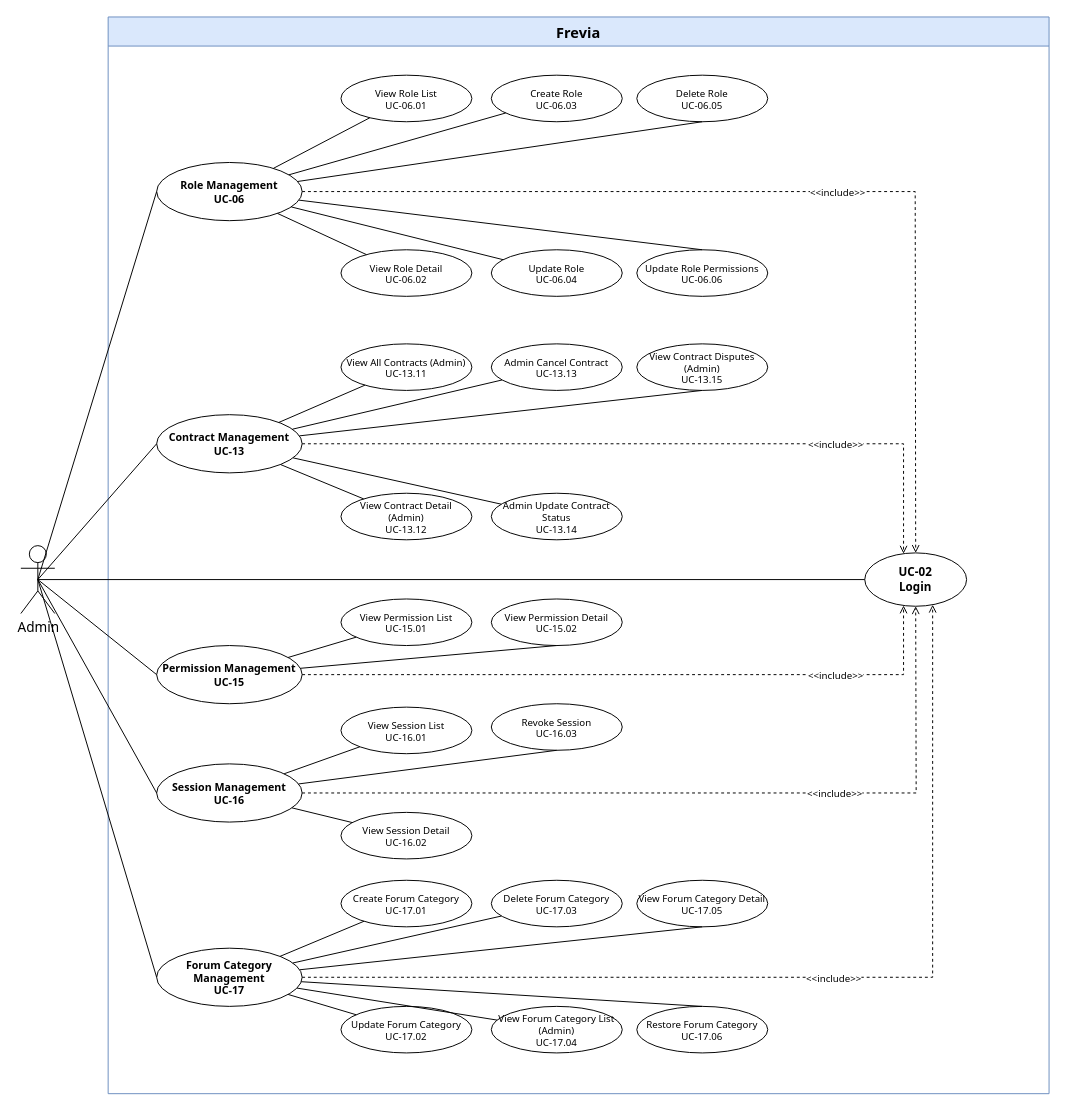
Above: page "Admin 2/4" (2 of 4) of uc-diagrams/Admin.drawio in Thunggg/Frevia (draw.io), before the change. Source tidied: cells renumbered, new cells numbered last; positions are measured from the earlier drawing's top-left corner, leaving out a move shared by most shapes. Both pictures are drawn from the tidied source at 97%, with x=0, y=0 at pixel (20, 16).
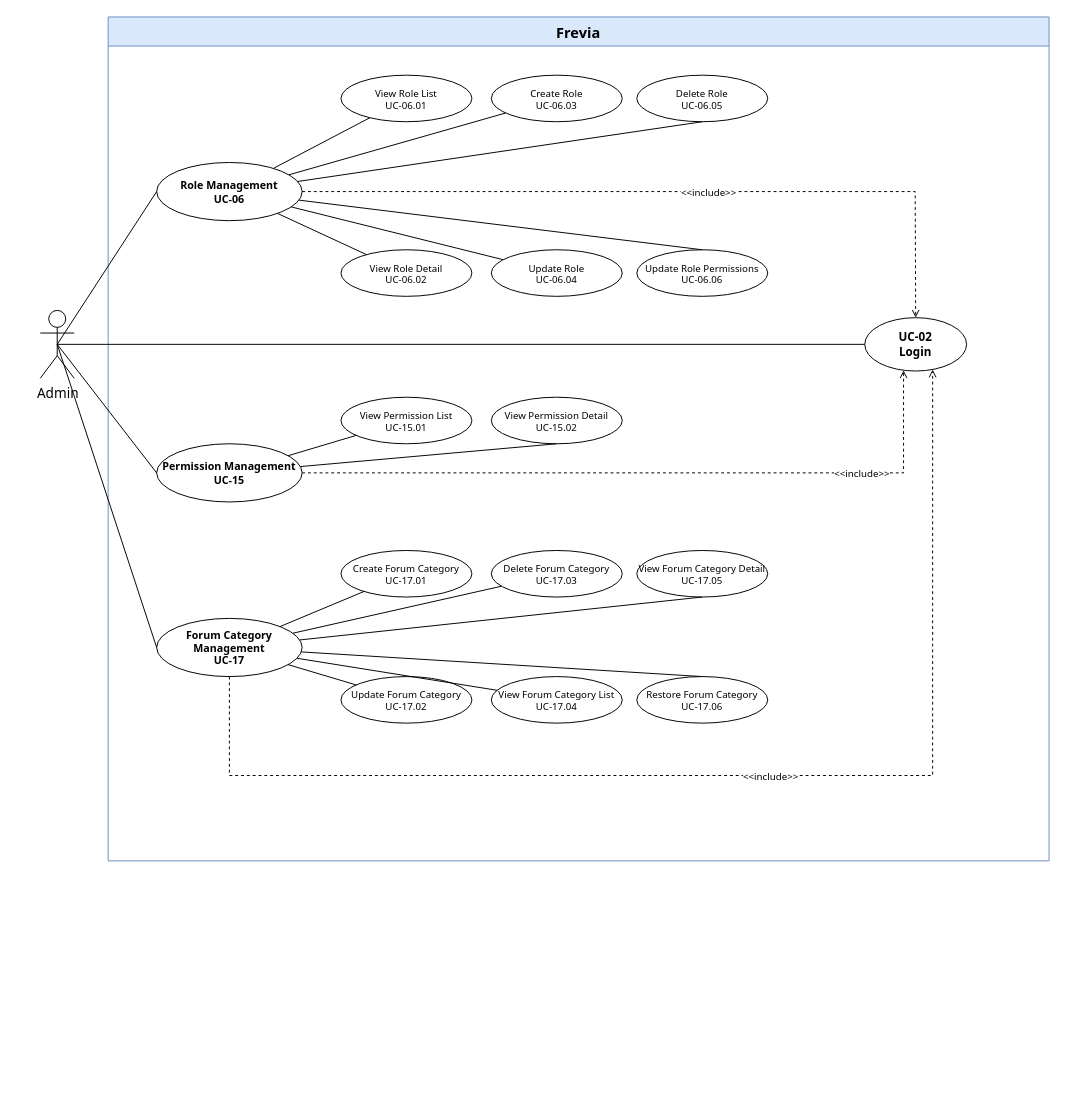
The same diagram, later.

Diff of the diagram source:
```diff
@@
     <mxCell id="2" value="Frevia" style="swimlane;whiteSpace=wrap;html=1;startSize=30;fontSize=15;fontFamily=Tahoma;fontStyle=1;fillColor=#dae8fc;strokeColor=#6c8ebf;" parent="1" vertex="1">
-      <mxGeometry x="90" width="970" height="1110" as="geometry" />
+      <mxGeometry x="90" width="970" height="870" as="geometry" />
     </mxCell>
     <mxCell id="3" value="UC-02&#10;Login" style="ellipse;whiteSpace=wrap;html=1;fontSize=12;fontFamily=Tahoma;fontStyle=1;fillColor=#ffffff;strokeColor=#000000;" parent="2" vertex="1">
-      <mxGeometry x="780" y="552.5" width="105" height="55" as="geometry" />
+      <mxGeometry x="780" y="310" width="105" height="55" as="geometry" />
     </mxCell>
@@
-    <mxCell id="11" value="Contract Management&#10;UC-13" style="ellipse;whiteSpace=wrap;html=1;fontSize=11;fontFamily=Tahoma;fontStyle=1;fillColor=#ffffff;strokeColor=#000000;" parent="2" vertex="1">
-      <mxGeometry x="50" y="410" width="150" height="60" as="geometry" />
-    </mxCell>
-    <mxCell id="12" value="View All Contracts (Admin)&#10;UC-13.11" style="ellipse;whiteSpace=wrap;html=1;fontSize=10;fontFamily=Tahoma;fillColor=#ffffff;strokeColor=#000000;" parent="2" vertex="1">
-      <mxGeometry x="240" y="337" width="135" height="48" as="geometry" />
-    </mxCell>
-    <mxCell id="13" value="View Contract Detail (Admin)&#10;UC-13.12" style="ellipse;whiteSpace=wrap;html=1;fontSize=10;fontFamily=Tahoma;fillColor=#ffffff;strokeColor=#000000;" parent="2" vertex="1">
-      <mxGeometry x="240" y="491" width="135" height="48" as="geometry" />
-    </mxCell>
-    <mxCell id="14" value="Admin Cancel Contract&#10;UC-13.13" style="ellipse;whiteSpace=wrap;html=1;fontSize=10;fontFamily=Tahoma;fillColor=#ffffff;strokeColor=#000000;" parent="2" vertex="1">
-      <mxGeometry x="395" y="337" width="135" height="48" as="geometry" />
-    </mxCell>
-    <mxCell id="15" value="Admin Update Contract Status&#10;UC-13.14" style="ellipse;whiteSpace=wrap;html=1;fontSize=10;fontFamily=Tahoma;fillColor=#ffffff;strokeColor=#000000;" parent="2" vertex="1">
-      <mxGeometry x="395" y="491" width="135" height="48" as="geometry" />
-    </mxCell>
-    <mxCell id="16" value="View Contract Disputes (Admin)&#10;UC-13.15" style="ellipse;whiteSpace=wrap;html=1;fontSize=10;fontFamily=Tahoma;fillColor=#ffffff;strokeColor=#000000;" parent="2" vertex="1">
-      <mxGeometry x="545" y="337" width="135" height="48" as="geometry" />
-    </mxCell>
     <mxCell id="17" value="Permission Management&#10;UC-15" style="ellipse;whiteSpace=wrap;html=1;fontSize=11;fontFamily=Tahoma;fontStyle=1;fillColor=#ffffff;strokeColor=#000000;" parent="2" vertex="1">
-      <mxGeometry x="50" y="648" width="150" height="60" as="geometry" />
+      <mxGeometry x="50" y="440" width="150" height="60" as="geometry" />
     </mxCell>
     <mxCell id="18" value="View Permission List&#10;UC-15.01" style="ellipse;whiteSpace=wrap;html=1;fontSize=10;fontFamily=Tahoma;fillColor=#ffffff;strokeColor=#000000;" parent="2" vertex="1">
-      <mxGeometry x="240" y="600" width="135" height="48" as="geometry" />
+      <mxGeometry x="240" y="392" width="135" height="48" as="geometry" />
     </mxCell>
     <mxCell id="19" value="View Permission Detail&#10;UC-15.02" style="ellipse;whiteSpace=wrap;html=1;fontSize=10;fontFamily=Tahoma;fillColor=#ffffff;strokeColor=#000000;" parent="2" vertex="1">
-      <mxGeometry x="395" y="600" width="135" height="48" as="geometry" />
+      <mxGeometry x="395" y="392" width="135" height="48" as="geometry" />
     </mxCell>
-    <mxCell id="20" value="Session Management&#10;UC-16" style="ellipse;whiteSpace=wrap;html=1;fontSize=11;fontFamily=Tahoma;fontStyle=1;fillColor=#ffffff;strokeColor=#000000;" parent="2" vertex="1">
-      <mxGeometry x="50" y="770" width="150" height="60" as="geometry" />
-    </mxCell>
-    <mxCell id="21" value="View Session List&#10;UC-16.01" style="ellipse;whiteSpace=wrap;html=1;fontSize=10;fontFamily=Tahoma;fillColor=#ffffff;strokeColor=#000000;" parent="2" vertex="1">
-      <mxGeometry x="240" y="711.5" width="135" height="48" as="geometry" />
-    </mxCell>
-    <mxCell id="22" value="View Session Detail&#10;UC-16.02" style="ellipse;whiteSpace=wrap;html=1;fontSize=10;fontFamily=Tahoma;fillColor=#ffffff;strokeColor=#000000;" parent="2" vertex="1">
-      <mxGeometry x="240" y="820" width="135" height="48" as="geometry" />
-    </mxCell>
-    <mxCell id="23" value="Revoke Session&#10;UC-16.03" style="ellipse;whiteSpace=wrap;html=1;fontSize=10;fontFamily=Tahoma;fillColor=#ffffff;strokeColor=#000000;" parent="2" vertex="1">
-      <mxGeometry x="395" y="708" width="135" height="48" as="geometry" />
-    </mxCell>
     <mxCell id="24" value="Forum Category Management&#10;UC-17" style="ellipse;whiteSpace=wrap;html=1;fontSize=11;fontFamily=Tahoma;fontStyle=1;fillColor=#ffffff;strokeColor=#000000;" parent="2" vertex="1">
-      <mxGeometry x="50" y="960" width="150" height="60" as="geometry" />
+      <mxGeometry x="50" y="620" width="150" height="60" as="geometry" />
     </mxCell>
     <mxCell id="25" value="Create Forum Category&#10;UC-17.01" style="ellipse;whiteSpace=wrap;html=1;fontSize=10;fontFamily=Tahoma;fillColor=#ffffff;strokeColor=#000000;" parent="2" vertex="1">
-      <mxGeometry x="240" y="890" width="135" height="48" as="geometry" />
+      <mxGeometry x="240" y="550" width="135" height="48" as="geometry" />
     </mxCell>
     <mxCell id="26" value="Delete Forum Category&#10;UC-17.03" style="ellipse;whiteSpace=wrap;html=1;fontSize=10;fontFamily=Tahoma;fillColor=#ffffff;strokeColor=#000000;" parent="2" vertex="1">
-      <mxGeometry x="395" y="890" width="135" height="48" as="geometry" />
+      <mxGeometry x="395" y="550" width="135" height="48" as="geometry" />
     </mxCell>
     <mxCell id="27" value="View Forum Category Detail&lt;br&gt;UC-17.05" style="ellipse;whiteSpace=wrap;html=1;fontSize=10;fontFamily=Tahoma;fillColor=#ffffff;strokeColor=#000000;" parent="2" vertex="1">
-      <mxGeometry x="545" y="890" width="135" height="48" as="geometry" />
+      <mxGeometry x="545" y="550" width="135" height="48" as="geometry" />
     </mxCell>
     <mxCell id="28" value="&amp;lt;&amp;lt;include&amp;gt;&amp;gt;" style="edgeStyle=orthogonalEdgeStyle;rounded=0;endArrow=open;dashed=1;html=1;strokeColor=#000000;fontSize=10;fontFamily=Tahoma;labelBackgroundColor=#ffffff;align=center;verticalAlign=middle;" parent="2" edge="1" source="17" target="3">
       <mxGeometry x="0.59" relative="1" as="geometry">
         <Array as="points">
-          <mxPoint x="820" y="678" />
+          <mxPoint x="820" y="470" />
         </Array>
       </mxGeometry>
     </mxCell>
@@
-    <mxCell id="31" style="endArrow=none;html=1;rounded=0;fontFamily=Tahoma;fontSize=13;" parent="2" edge="1" source="20" target="21">
-      <mxGeometry relative="1" as="geometry" />
-    </mxCell>
-    <mxCell id="32" style="endArrow=none;html=1;rounded=0;fontFamily=Tahoma;fontSize=13;" parent="2" edge="1" source="20" target="22">
-      <mxGeometry relative="1" as="geometry" />
-    </mxCell>
-    <mxCell id="33" style="endArrow=none;html=1;rounded=0;fontFamily=Tahoma;fontSize=13;entryX=0.5;entryY=1;entryDx=0;entryDy=0;" parent="2" edge="1" source="20" target="23">
-      <mxGeometry relative="1" as="geometry" />
-    </mxCell>
@@
-    <mxCell id="37" style="endArrow=none;html=1;rounded=0;fontFamily=Tahoma;fontSize=13;entryX=0.5;entryY=1;entryDx=0;entryDy=0;" parent="2" edge="1" source="11" target="16">
-      <mxGeometry relative="1" as="geometry" />
-    </mxCell>
+    <mxCell id="59" value="Update Forum Category&#10;UC-17.02" style="ellipse;whiteSpace=wrap;html=1;fontSize=10;fontFamily=Tahoma;fillColor=#ffffff;strokeColor=#000000;" parent="2" vertex="1">
+      <mxGeometry x="240" y="680" width="135" height="48" as="geometry" />
+    </mxCell>
+    <mxCell id="60" value="View Forum Category List&#10;UC-17.04" style="ellipse;whiteSpace=wrap;html=1;fontSize=10;fontFamily=Tahoma;fillColor=#ffffff;strokeColor=#000000;" parent="2" vertex="1">
+      <mxGeometry x="395" y="680" width="135" height="48" as="geometry" />
+    </mxCell>
+    <mxCell id="61" value="Restore Forum Category&#10;UC-17.06" style="ellipse;whiteSpace=wrap;html=1;fontSize=10;fontFamily=Tahoma;fillColor=#ffffff;strokeColor=#000000;" parent="2" vertex="1">
+      <mxGeometry x="545" y="680" width="135" height="48" as="geometry" />
+    </mxCell>
+    <mxCell id="62" style="endArrow=none;html=1;rounded=0;fontFamily=Tahoma;fontSize=13;" parent="2" edge="1" source="24" target="59">
+      <mxGeometry relative="1" as="geometry" />
+    </mxCell>
+    <mxCell id="63" style="endArrow=none;html=1;rounded=0;fontFamily=Tahoma;fontSize=13;" parent="2" edge="1" source="24" target="60">
+      <mxGeometry relative="1" as="geometry" />
+    </mxCell>
+    <mxCell id="64" style="endArrow=none;html=1;rounded=0;fontFamily=Tahoma;fontSize=13;entryX=0.5;entryY=0;entryDx=0;entryDy=0;" parent="2" edge="1" source="24" target="61">
+      <mxGeometry relative="1" as="geometry" />
+    </mxCell>
     <mxCell id="38" value="Admin" style="shape=umlActor;verticalLabelPosition=bottom;verticalAlign=top;html=1;outlineConnect=0;fontSize=14;fontFamily=Tahoma;" parent="1" vertex="1">
-      <mxGeometry y="545" width="35" height="70" as="geometry" />
+      <mxGeometry x="20" y="302.5" width="35" height="70" as="geometry" />
     </mxCell>
@@
-    <mxCell id="48" style="endArrow=none;html=1;rounded=0;fontFamily=Tahoma;fontSize=13;entryX=0;entryY=0.5;entryDx=0;entryDy=0;exitX=0.5;exitY=0.5;exitDx=0;exitDy=0;exitPerimeter=0;" parent="1" edge="1" source="38" target="11">
-      <mxGeometry relative="1" as="geometry" />
-    </mxCell>
-    <mxCell id="49" value="&amp;lt;&amp;lt;include&amp;gt;&amp;gt;" style="edgeStyle=orthogonalEdgeStyle;rounded=0;endArrow=open;dashed=1;html=1;strokeColor=#000000;fontSize=10;fontFamily=Tahoma;labelBackgroundColor=#ffffff;align=center;verticalAlign=middle;" parent="1" edge="1" source="11" target="3">
-      <mxGeometry x="0.5" relative="1" as="geometry">
-        <Array as="points">
-          <mxPoint x="910" y="440" />
-        </Array>
-      </mxGeometry>
-    </mxCell>
-    <mxCell id="50" style="endArrow=none;html=1;rounded=0;fontFamily=Tahoma;fontSize=13;" parent="1" edge="1" source="11" target="12">
-      <mxGeometry relative="1" as="geometry" />
-    </mxCell>
-    <mxCell id="51" style="endArrow=none;html=1;rounded=0;fontFamily=Tahoma;fontSize=13;" parent="1" edge="1" source="11" target="13">
-      <mxGeometry relative="1" as="geometry" />
-    </mxCell>
-    <mxCell id="52" style="endArrow=none;html=1;rounded=0;fontFamily=Tahoma;fontSize=13;" parent="1" edge="1" source="11" target="14">
-      <mxGeometry relative="1" as="geometry" />
-    </mxCell>
-    <mxCell id="53" style="endArrow=none;html=1;rounded=0;fontFamily=Tahoma;fontSize=13;" parent="1" edge="1" source="11" target="15">
-      <mxGeometry relative="1" as="geometry" />
-    </mxCell>
@@
-    <mxCell id="55" style="endArrow=none;html=1;rounded=0;fontFamily=Tahoma;fontSize=13;entryX=0;entryY=0.5;entryDx=0;entryDy=0;exitX=0.5;exitY=0.5;exitDx=0;exitDy=0;exitPerimeter=0;" parent="1" edge="1" source="38" target="20">
-      <mxGeometry relative="1" as="geometry" />
-    </mxCell>
-    <mxCell id="56" value="&amp;lt;&amp;lt;include&amp;gt;&amp;gt;" style="edgeStyle=orthogonalEdgeStyle;rounded=0;endArrow=open;dashed=1;html=1;strokeColor=#000000;fontSize=10;fontFamily=Tahoma;labelBackgroundColor=#ffffff;align=center;verticalAlign=middle;" parent="1" edge="1" source="20" target="3">
-      <mxGeometry x="0.33" relative="1" as="geometry">
-        <Array as="points">
-          <mxPoint x="923" y="800" />
-        </Array>
-      </mxGeometry>
-    </mxCell>
@@
     <mxCell id="58" value="&amp;lt;&amp;lt;include&amp;gt;&amp;gt;" style="edgeStyle=orthogonalEdgeStyle;rounded=0;endArrow=open;dashed=1;html=1;strokeColor=#000000;fontSize=10;fontFamily=Tahoma;labelBackgroundColor=#ffffff;align=center;verticalAlign=middle;" parent="1" edge="1" source="24" target="3">
       <mxGeometry x="0.06" relative="1" as="geometry">
         <Array as="points">
-          <mxPoint x="940" y="990" />
+          <mxPoint x="940" y="782" />
         </Array>
       </mxGeometry>
     </mxCell>
-    <mxCell id="59" value="Update Forum Category&#10;UC-17.02" style="ellipse;whiteSpace=wrap;html=1;fontSize=10;fontFamily=Tahoma;fillColor=#ffffff;strokeColor=#000000;" parent="2" vertex="1">
-      <mxGeometry x="240" y="1020" width="135" height="48" as="geometry" />
-    </mxCell>
-    <mxCell id="60" value="View Forum Category List (Admin)&#10;UC-17.04" style="ellipse;whiteSpace=wrap;html=1;fontSize=10;fontFamily=Tahoma;fillColor=#ffffff;strokeColor=#000000;" parent="2" vertex="1">
-      <mxGeometry x="395" y="1020" width="135" height="48" as="geometry" />
-    </mxCell>
-    <mxCell id="61" value="Restore Forum Category&#10;UC-17.06" style="ellipse;whiteSpace=wrap;html=1;fontSize=10;fontFamily=Tahoma;fillColor=#ffffff;strokeColor=#000000;" parent="2" vertex="1">
-      <mxGeometry x="545" y="1020" width="135" height="48" as="geometry" />
-    </mxCell>
-    <mxCell id="62" style="endArrow=none;html=1;rounded=0;fontFamily=Tahoma;fontSize=13;" parent="2" edge="1" source="24" target="59">
-      <mxGeometry relative="1" as="geometry" />
-    </mxCell>
-    <mxCell id="63" style="endArrow=none;html=1;rounded=0;fontFamily=Tahoma;fontSize=13;" parent="2" edge="1" source="24" target="60">
-      <mxGeometry relative="1" as="geometry" />
-    </mxCell>
-    <mxCell id="64" style="endArrow=none;html=1;rounded=0;fontFamily=Tahoma;fontSize=13;entryX=0.5;entryY=0;entryDx=0;entryDy=0;" parent="2" edge="1" source="24" target="61">
-      <mxGeometry relative="1" as="geometry" />
-    </mxCell>
```
